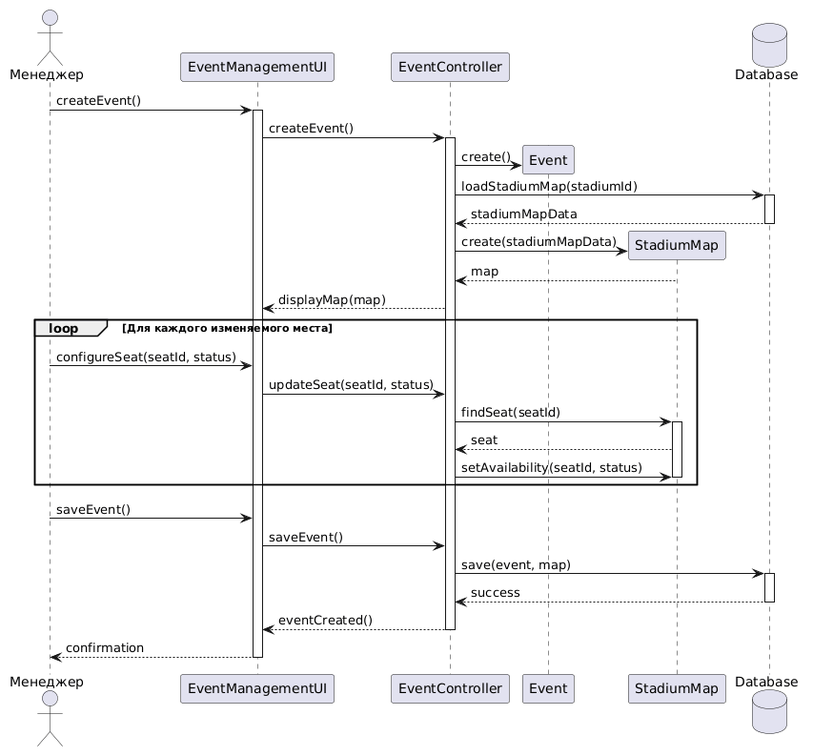
Earlier version of the PlantUML export source/diagram3.png (penamarth/bsbo-11-24_team5_var10_football).
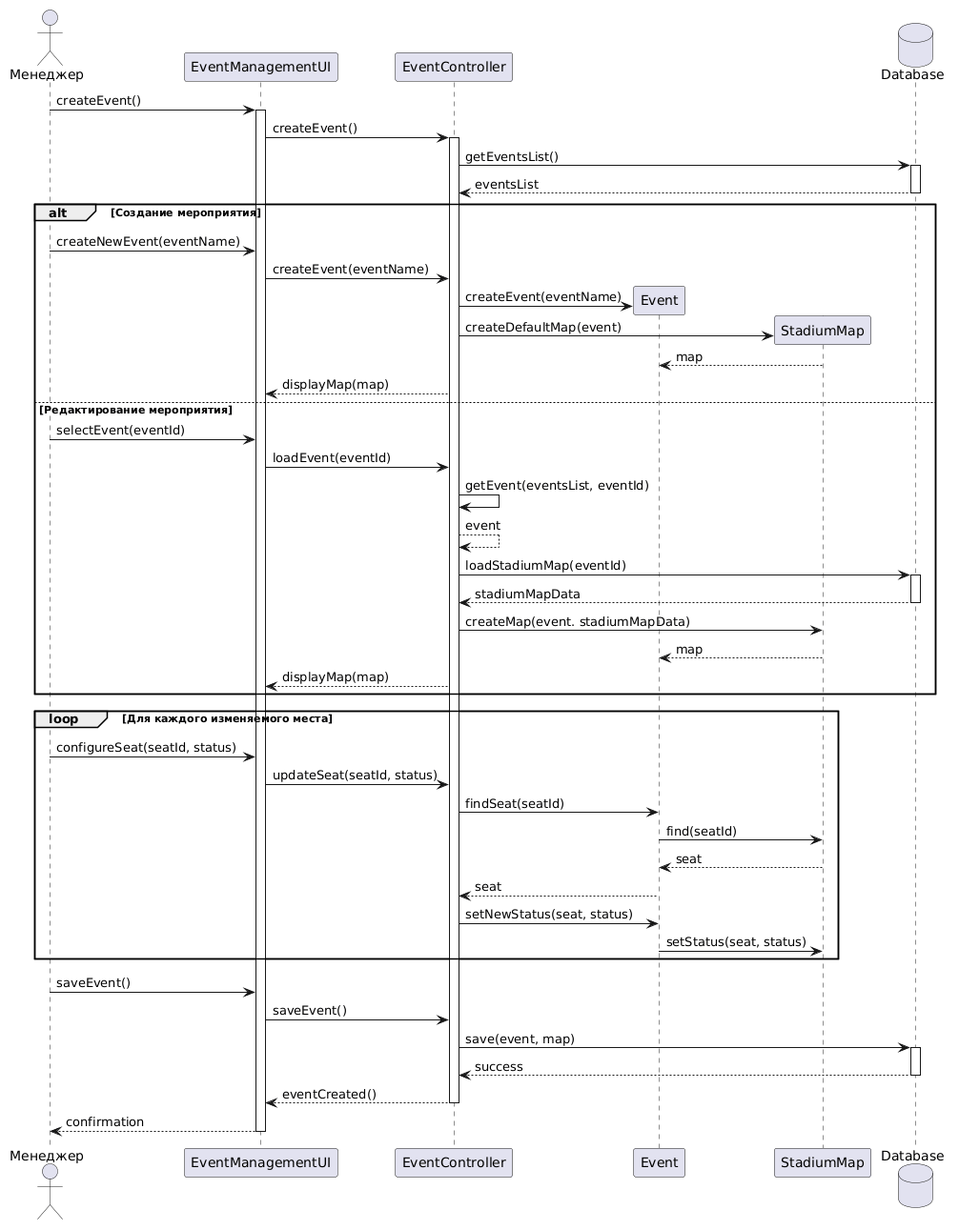
The same file after the commit.

Commit message:
Исправил у себя диаграму прецедента

Change to the diagram source:
```diff
@@ -12,26 +12,46 @@
 UI -> Controller : createEvent()
 activate Controller
 
-create Event
-Controller -> Event : create()
-Controller -> DB : loadStadiumMap(stadiumId)
+Controller -> DB : getEventsList()
 activate DB
-DB --> Controller : stadiumMapData
+DB --> Controller : eventsList
 deactivate DB
 
-create Map
-Controller -> Map : create(stadiumMapData)
-Map --> Controller : map
-Controller --> UI : displayMap(map)
+alt Создание мероприятия
+    Manager -> UI : createNewEvent(eventName)
+    UI -> Controller : createEvent(eventName)
+    create Event
+    Controller -> Event : createEvent(eventName)
+    create Map
+    Controller -> Map : createDefaultMap(event)
+    Map --> Event : map
+    Controller --> UI : displayMap(map)
+
+else Редактирование мероприятия
+    Manager -> UI : selectEvent(eventId)
+    UI -> Controller : loadEvent(eventId)
+    Controller -> Controller : getEvent(eventsList, eventId)
+    Controller --> Controller : event
+    Controller -> DB : loadStadiumMap(eventId)
+    activate DB
+    DB --> Controller : stadiumMapData
+    deactivate DB
+    Controller -> Map : createMap(event. stadiumMapData)
+    Map --> Event : map
+    Controller --> UI : displayMap(map)
+
+
+end
 
 loop Для каждого изменяемого места
     Manager -> UI : configureSeat(seatId, status)
     UI -> Controller : updateSeat(seatId, status)
-    Controller -> Map : findSeat(seatId)
-    activate Map
-    Map --> Controller : seat
-    Controller -> Map : setAvailability(seatId, status)
-    deactivate Map
+    Controller -> Event : findSeat(seatId)
+    Event -> Map : find(seatId)
+    Map --> Event : seat
+    Event --> Controller : seat
+    Controller -> Event : setNewStatus(seat, status)
+    Event -> Map : setStatus(seat, status)
 end
 
 Manager -> UI : saveEvent()
```
